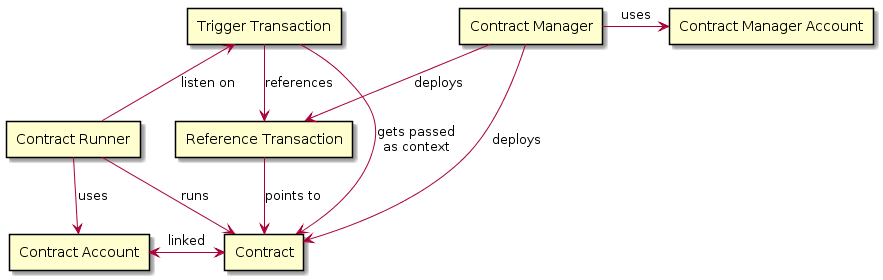
Atzen2/ardor-lightweight-contratcs-system-overview keeps this PlantUML diagram as ardor-lightweight-contracts-system-overview.png. Above is the earlier version.
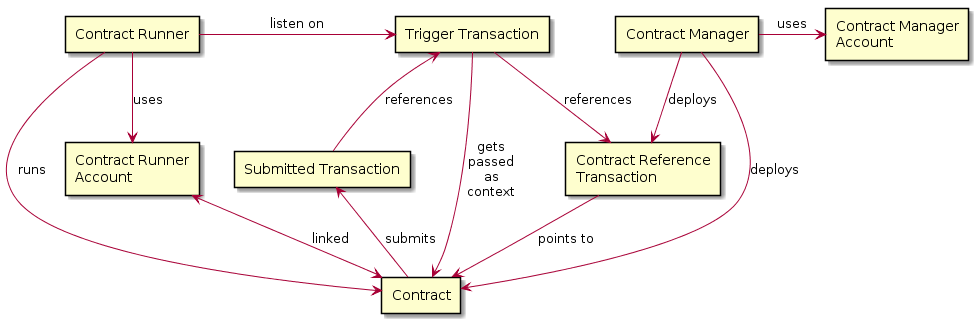
Above is the later version.

Diff of the diagram source:
```diff
@@ -1,25 +1,28 @@
 @startuml
+
 
 
 rectangle "Contract Runner" as CR
 rectangle "Contract Manager" as CM
-rectangle "Reference Transaction" as RT
+rectangle "Contract Reference\nTransaction" as RT
 rectangle "Trigger Transaction" as TT
 rectangle "Contract" as CO
-rectangle "Contract Account" as CA
-rectangle "Contract Manager Account" as CMA
+rectangle "Contract Runner\nAccount" as CA
+rectangle "Contract Manager\nAccount" as CMA
+rectangle "Submitted Transaction" as ST
 
 
 CR --> CO : runs
 CR --> CA : uses
 TT --> RT : references
-TT -> CO : gets passed\nas context
-TT <-- CR : listen on
+TT -> CO : gets\npassed\nas\ncontext
+CR -> TT : listen on
 RT --> CO : points to
-CA <-> CO : linked
+CA <--> CO : linked
 CM --> CO : deploys
 CM --> RT : deploys
 CM -> CMA : uses
-
+ST <-- CO : submits
+TT <-- ST : references
 
 @enduml
```
